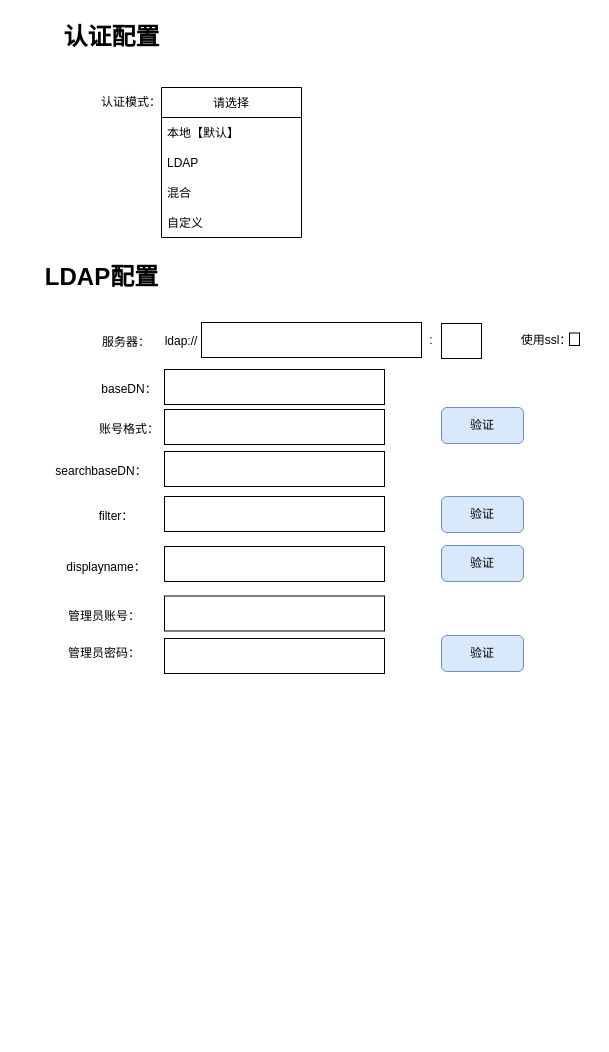
The draw.io diagram logon_setting.drawio in HFfay/diagrams, before the edit. Source tidied: cells renumbered, new cells numbered last; positions are measured from the earlier drawing's top-left corner, leaving out a move shared by most shapes. Both pictures are drawn from the tidied source at 100%, with x=0, y=0 at pixel (49, 17).
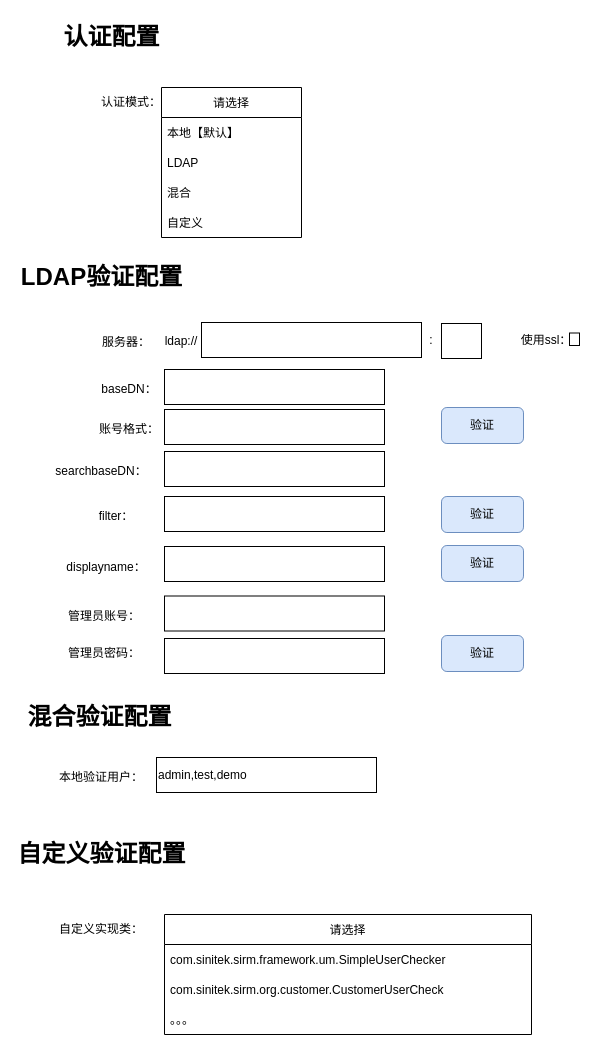
Above is the later version.

Change to the diagram source:
```diff
@@
-    <mxCell id="8" value="LDAP配置" style="text;strokeColor=none;fillColor=none;html=1;fontSize=24;fontStyle=1;verticalAlign=middle;align=center;" parent="1" vertex="1">
+    <mxCell id="8" value="LDAP验证配置" style="text;strokeColor=none;fillColor=none;html=1;fontSize=24;fontStyle=1;verticalAlign=middle;align=center;" parent="1" vertex="1">
       <mxGeometry x="2" y="240" width="100" height="40" as="geometry" />
     </mxCell>
@@
+    <mxCell id="35" value="自定义验证配置" style="text;strokeColor=none;fillColor=none;html=1;fontSize=24;fontStyle=1;verticalAlign=middle;align=center;" parent="1" vertex="1">
+      <mxGeometry x="2" y="817" width="100" height="40" as="geometry" />
+    </mxCell>
+    <mxCell id="36" value="请选择" style="swimlane;fontStyle=0;horizontal=1;startSize=30;" parent="1" vertex="1">
+      <mxGeometry x="115" y="897" width="367" height="120" as="geometry" />
+    </mxCell>
+    <mxCell id="37" value="com.sinitek.sirm.framework.um.SimpleUserChecker" style="text;strokeColor=none;fillColor=none;align=left;verticalAlign=middle;spacingLeft=4;spacingRight=4;overflow=hidden;" parent="36" vertex="1">
+      <mxGeometry y="30" width="367" height="30" as="geometry" />
+    </mxCell>
+    <mxCell id="38" value="com.sinitek.sirm.org.customer.CustomerUserCheck" style="text;strokeColor=none;fillColor=none;align=left;verticalAlign=middle;spacingLeft=4;spacingRight=4;overflow=hidden;" parent="36" vertex="1">
+      <mxGeometry y="60" width="367" height="30" as="geometry" />
+    </mxCell>
+    <mxCell id="39" value="。。。" style="text;strokeColor=none;fillColor=none;align=left;verticalAlign=middle;spacingLeft=4;spacingRight=4;overflow=hidden;" parent="36" vertex="1">
+      <mxGeometry y="90" width="367" height="30" as="geometry" />
+    </mxCell>
+    <mxCell id="40" value="自定义实现类：" style="text;html=1;strokeColor=none;fillColor=none;align=center;verticalAlign=middle;whiteSpace=wrap;rounded=0;" parent="1" vertex="1">
+      <mxGeometry x="-3" y="897" width="110" height="30" as="geometry" />
+    </mxCell>
+    <mxCell id="41" value="混合验证配置" style="text;strokeColor=none;fillColor=none;html=1;fontSize=24;fontStyle=1;verticalAlign=middle;align=center;" parent="1" vertex="1">
+      <mxGeometry y="680" width="100" height="40" as="geometry" />
+    </mxCell>
+    <mxCell id="42" value="本地验证用户：" style="text;html=1;strokeColor=none;fillColor=none;align=center;verticalAlign=middle;whiteSpace=wrap;rounded=0;" parent="1" vertex="1">
+      <mxGeometry x="-3" y="745" width="110" height="30" as="geometry" />
+    </mxCell>
+    <mxCell id="43" value="admin,test,demo" style="rounded=0;whiteSpace=wrap;html=1;align=left;" parent="1" vertex="1">
+      <mxGeometry x="107" y="740" width="220" height="35" as="geometry" />
+    </mxCell>
```
